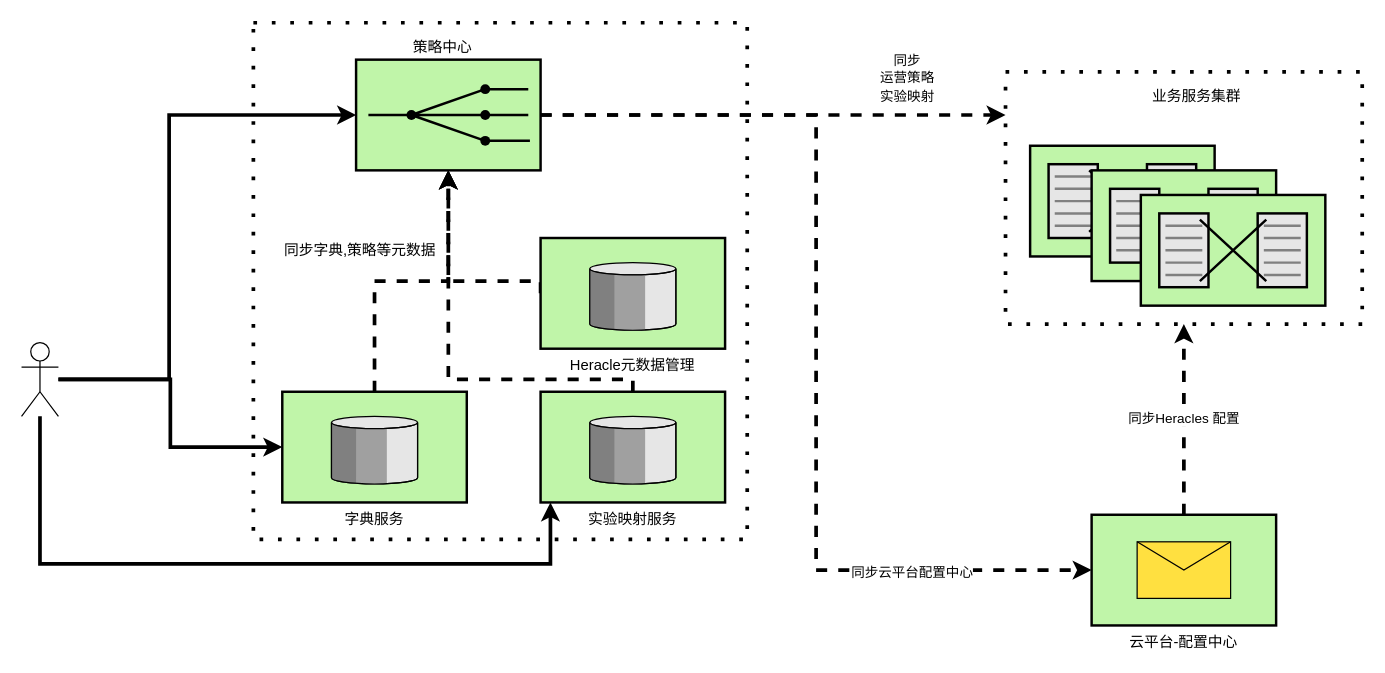
Before: universal-engine/strategy-conf-architecture.drawio in karlchan-cn/drawio-repository, a draw.io diagram. Source tidied: cells renumbered, new cells numbered last; positions are measured from the earlier drawing's top-left corner, leaving out a move shared by most shapes. Both pictures are drawn from the tidied source at 123%, with x=0, y=0 at pixel (21, 22).
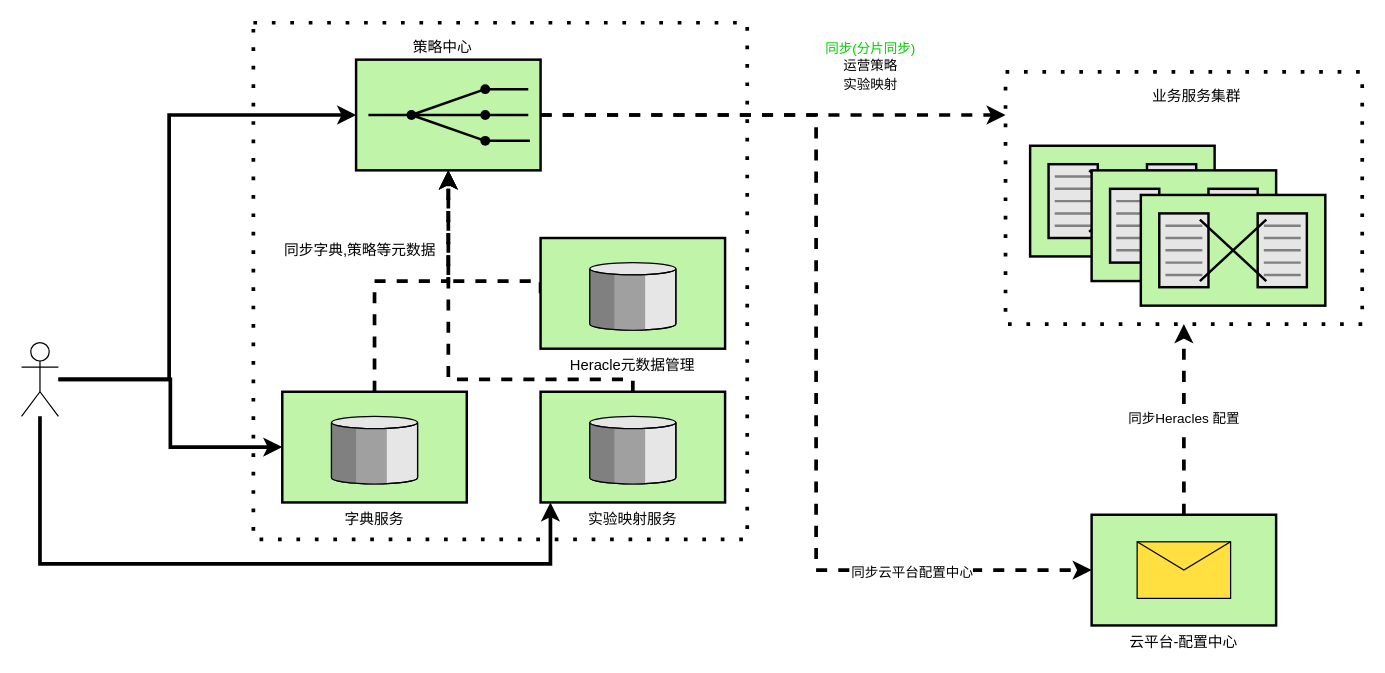
The same page after the edit.

Change to the diagram source:
```diff
@@
-    <mxCell id="23" value="&lt;span style=&quot;font-size: 11px ; background-color: rgb(255 , 255 , 255)&quot;&gt;同步&lt;/span&gt;&lt;br style=&quot;font-size: 11px&quot;&gt;&lt;span style=&quot;font-size: 11px ; background-color: rgb(255 , 255 , 255)&quot;&gt;运营策略&lt;/span&gt;&lt;br style=&quot;font-size: 11px&quot;&gt;&lt;span style=&quot;font-size: 11px ; background-color: rgb(255 , 255 , 255)&quot;&gt;实验映射&lt;/span&gt;" style="text;html=1;align=center;verticalAlign=middle;strokeColor=none;fillColor=none;" parent="1" vertex="1">
-      <mxGeometry x="690" y="20" width="60" height="50" as="geometry" />
+    <mxCell id="23" value="&lt;span style=&quot;font-size: 11px ; background-color: rgb(255 , 255 , 255)&quot;&gt;&lt;font color=&quot;#00cc00&quot;&gt;同步(分片同步)&lt;/font&gt;&lt;/span&gt;&lt;br style=&quot;font-size: 11px&quot;&gt;&lt;span style=&quot;font-size: 11px ; background-color: rgb(255 , 255 , 255)&quot;&gt;运营策略&lt;/span&gt;&lt;br style=&quot;font-size: 11px&quot;&gt;&lt;span style=&quot;font-size: 11px ; background-color: rgb(255 , 255 , 255)&quot;&gt;实验映射&lt;/span&gt;" style="text;html=1;align=center;verticalAlign=middle;strokeColor=none;fillColor=none;" parent="1" vertex="1">
+      <mxGeometry x="640" y="10" width="100" height="50" as="geometry" />
     </mxCell>
```
